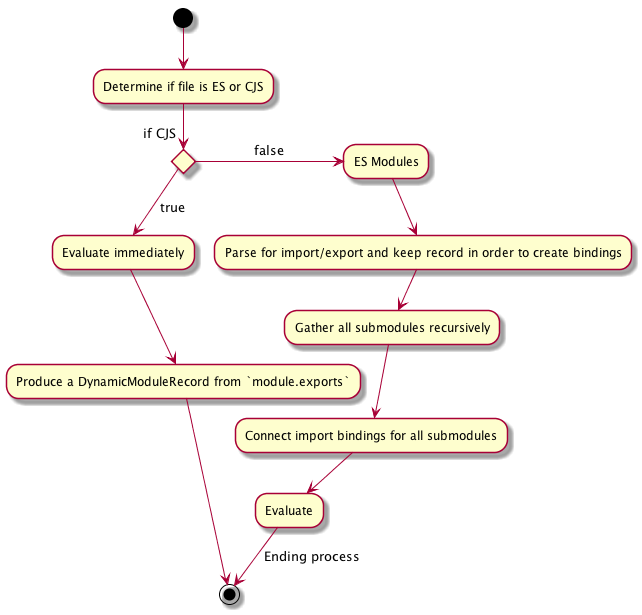
Earlier version of the PlantUML export images/output.png (yosuke-furukawa/esmodules_on_node). Source of this version:
```plantuml
@startuml
(*) --> "Determine if file is ES or CJS"

if "if CJS" then
  -->[true] "Evaluate immediately"
  --> "Produce a DynamicModuleRecord from `module.exports`"
  --> (*)
else
  ->[false] "ES Modules"
  --> "Parse for import/export and keep record in order to create bindings"
  --> "Gather all submodules recursively"
  --> "Connect import bindings for all submodules"
  --> "Evaluate"
  -->[Ending process] (*)
endif

@enduml
```
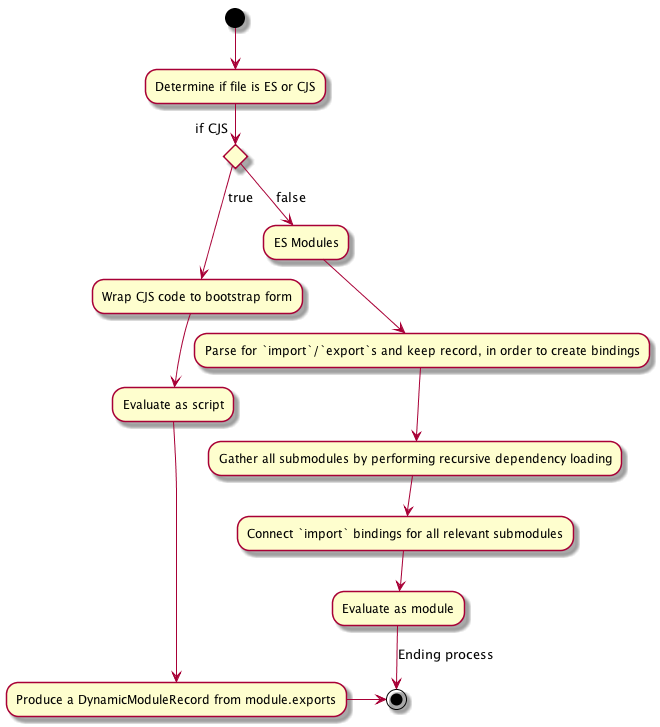
Later version of the same file.

Change to the diagram source:
```diff
@@ -2,15 +2,16 @@
 (*) --> "Determine if file is ES or CJS"
 
 if "if CJS" then
-  -->[true] "Evaluate immediately"
-  --> "Produce a DynamicModuleRecord from `module.exports`"
-  --> (*)
+  --> [true] "Wrap CJS code to bootstrap form"
+  --> "Evaluate as script"
+  --> "Produce a DynamicModuleRecord from module.exports"
+  -right-> (*)
 else
-  ->[false] "ES Modules"
-  --> "Parse for import/export and keep record in order to create bindings"
-  --> "Gather all submodules recursively"
-  --> "Connect import bindings for all submodules"
-  --> "Evaluate"
+  -->[false] "ES Modules"
+  --> "Parse for `import`/`export`s and keep record, in order to create bindings"
+  --> "Gather all submodules by performing recursive dependency loading"
+  --> "Connect `import` bindings for all relevant submodules"
+  --> "Evaluate as module"
   -->[Ending process] (*)
 endif
 
```
